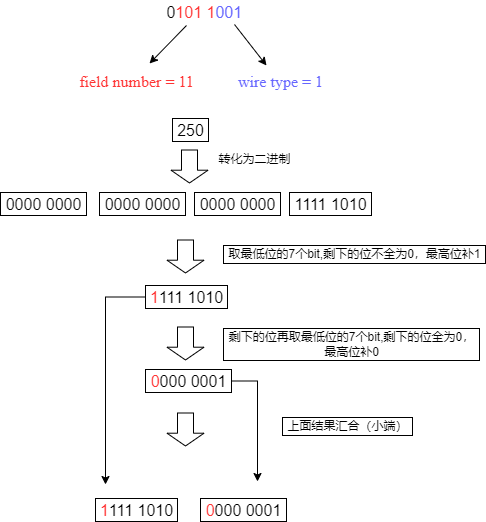
This is protobuf/demo1.png from sihaibao/note, a draw.io export, as it was before one commit. Source tidied: cells renumbered, new cells last; positions are measured from the earlier drawing's top-left corner, leaving out a move shared by most shapes.
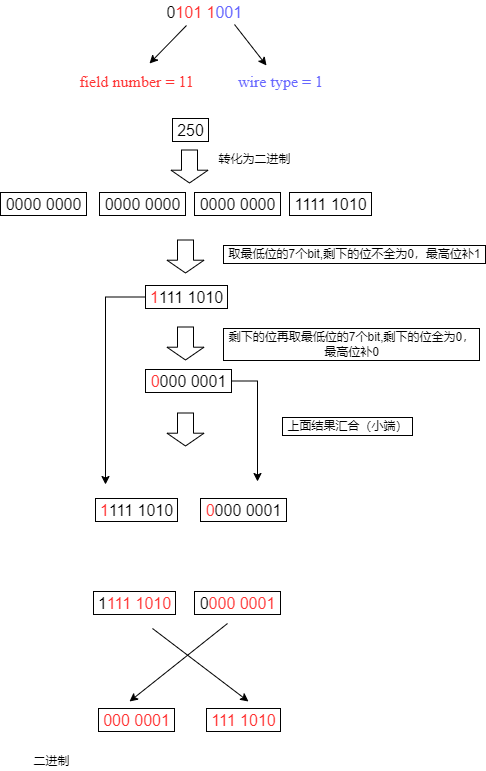
The same diagram one commit later.

The edit, as a diff of the source:
```diff
@@ -96,5 +96,32 @@
     <mxCell id="25" value="&lt;font color=&quot;#ff3333&quot;&gt;0&lt;/font&gt;000 0001" style="text;html=1;align=center;verticalAlign=middle;strokeColor=default;fillColor=none;fontSize=16;" parent="1" vertex="1">
       <mxGeometry x="200" y="498" width="86" height="23" as="geometry" />
     </mxCell>
+    <mxCell id="26" value="1&lt;font color=&quot;#ff3333&quot;&gt;111 1010&lt;/font&gt;" style="text;html=1;align=center;verticalAlign=middle;strokeColor=default;fillColor=none;fontSize=16;" parent="1" vertex="1">
+      <mxGeometry x="93" y="591" width="82" height="23" as="geometry" />
+    </mxCell>
+    <mxCell id="27" value="0&lt;font color=&quot;#ff3333&quot;&gt;000 0001&lt;/font&gt;" style="text;html=1;align=center;verticalAlign=middle;strokeColor=default;fillColor=none;fontSize=16;" parent="1" vertex="1">
+      <mxGeometry x="194" y="591" width="86" height="23" as="geometry" />
+    </mxCell>
+    <mxCell id="28" style="endArrow=classic;html=1;rounded=0;shadow=0;fontSize=16;fontColor=#6666FF;fontFamily=Times New Roman;" parent="1" edge="1">
+      <mxGeometry relative="1" as="geometry">
+        <mxPoint x="152" y="628" as="sourcePoint" />
+        <mxPoint x="248" y="701" as="targetPoint" />
+      </mxGeometry>
+    </mxCell>
+    <mxCell id="29" style="endArrow=classic;html=1;rounded=0;shadow=0;fontSize=16;fontColor=#6666FF;fontFamily=Times New Roman;" parent="1" edge="1">
+      <mxGeometry relative="1" as="geometry">
+        <mxPoint x="227" y="623" as="sourcePoint" />
+        <mxPoint x="129" y="701" as="targetPoint" />
+      </mxGeometry>
+    </mxCell>
+    <mxCell id="30" value="&lt;font color=&quot;#000000&quot;&gt;二进制&lt;/font&gt;" style="text;html=1;align=center;verticalAlign=middle;strokeColor=none;fillColor=none;fontColor=#FF3333;" parent="1" vertex="1">
+      <mxGeometry x="28" y="752" width="46" height="18" as="geometry" />
+    </mxCell>
+    <mxCell id="31" value="&lt;font color=&quot;#ff3333&quot;&gt;000 0001&lt;/font&gt;" style="text;html=1;align=center;verticalAlign=middle;strokeColor=default;fillColor=none;fontSize=16;" parent="1" vertex="1">
+      <mxGeometry x="98" y="708" width="76" height="23" as="geometry" />
+    </mxCell>
+    <mxCell id="32" value="&lt;font color=&quot;#ff3333&quot;&gt;111 1010&lt;/font&gt;" style="text;html=1;align=center;verticalAlign=middle;strokeColor=default;fillColor=none;fontSize=16;" parent="1" vertex="1">
+      <mxGeometry x="206" y="708" width="74" height="23" as="geometry" />
+    </mxCell>
   </root>
 </mxGraphModel>
```
